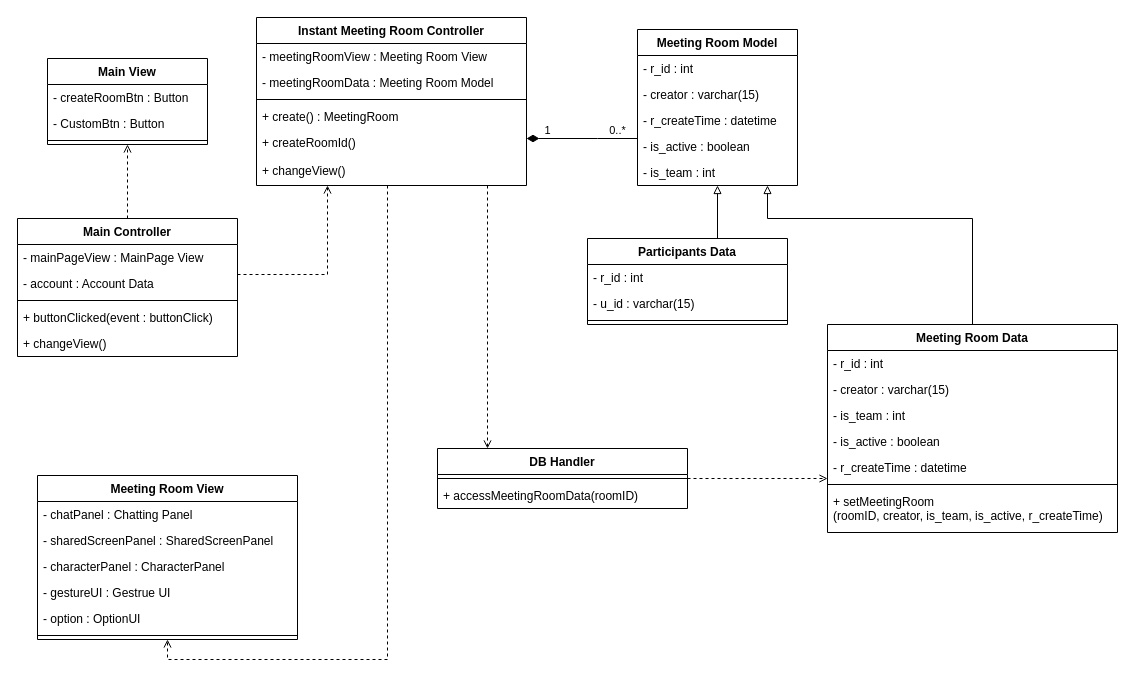
This is CD1.drawio from ONFFLine/Diagram, a draw.io file, before an edit. Source tidied: cells renumbered, new cells numbered last; positions are measured from the earlier drawing's top-left corner, leaving out a move shared by most shapes. Both pictures are drawn from the tidied source at 100%, with x=0, y=0 at pixel (17, 17).
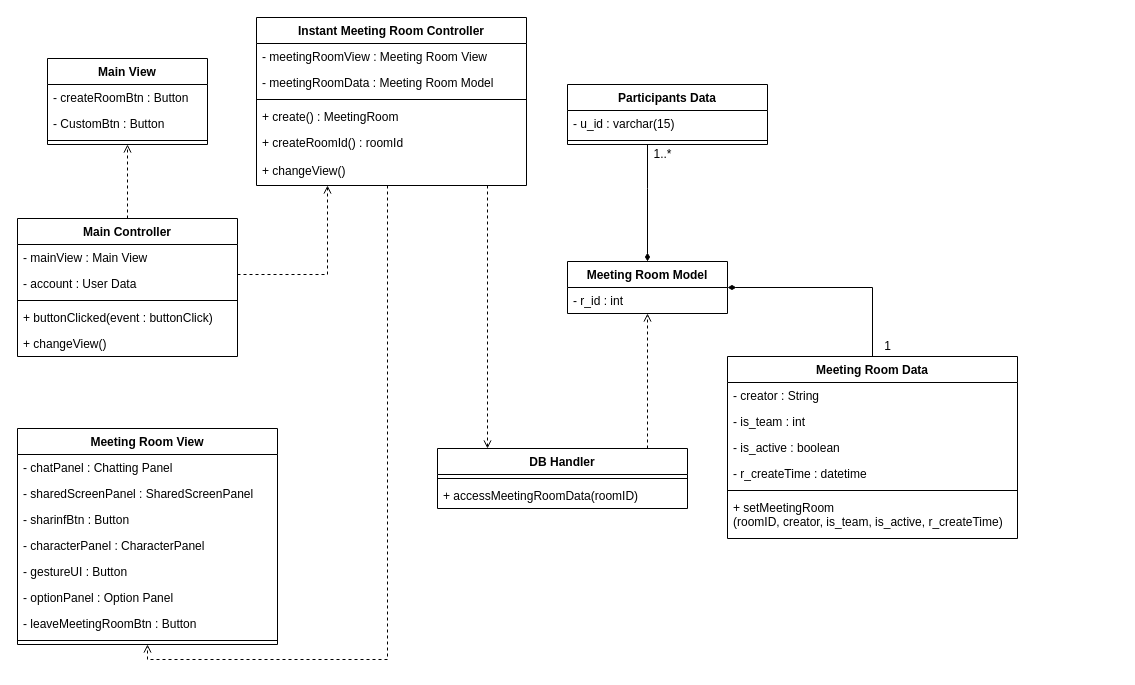
The same diagram, later.

Unchanged cells that the change refers to:
```xml
<mxCell id="4" value="Instant Meeting Room Controller" style="swimlane;fontStyle=1;align=center;verticalAlign=top;horizontal=1;startSize=26;" parent="1" vertex="1">
  <mxGeometry x="239" width="270" height="168" as="geometry" />
</mxCell>
<mxCell id="13" value="Main Controller" style="swimlane;fontStyle=1;align=center;verticalAlign=top;horizontal=1;startSize=26;" parent="1" vertex="1">
  <mxGeometry y="201" width="220" height="138" as="geometry" />
</mxCell>
<mxCell id="30" value="DB Handler" style="swimlane;fontStyle=1;align=center;verticalAlign=top;horizontal=1;startSize=26;" parent="1" vertex="1">
  <mxGeometry x="420" y="431" width="250" height="60" as="geometry" />
</mxCell>
```

What changed in the source:
```diff
@@
-    <mxCell id="3" style="edgeStyle=orthogonalEdgeStyle;rounded=0;jettySize=auto;html=1;entryX=0.5;entryY=1;entryDx=0;entryDy=0;dashed=1;endArrow=open;endFill=0;" parent="1" edge="1" source="4" target="23">
+    <mxCell id="3" style="edgeStyle=orthogonalEdgeStyle;rounded=0;jettySize=auto;html=1;dashed=1;endArrow=open;endFill=0;" parent="1" edge="1" source="4" target="23">
       <mxGeometry relative="1" as="geometry">
         <Array as="points">
           <mxPoint x="370" y="642" />
-          <mxPoint x="150" y="642" />
+          <mxPoint x="130" y="642" />
         </Array>
       </mxGeometry>
     </mxCell>
@@
-    <mxCell id="9" value="+ createRoomId()" style="text;strokeColor=none;fillColor=none;align=left;verticalAlign=top;spacingLeft=4;spacingRight=4;overflow=hidden;" parent="4" vertex="1">
+    <mxCell id="9" value="+ createRoomId() : roomId" style="text;strokeColor=none;fillColor=none;align=left;verticalAlign=top;spacingLeft=4;spacingRight=4;overflow=hidden;" parent="4" vertex="1">
       <mxGeometry y="112" width="270" height="28" as="geometry" />
     </mxCell>
@@
-    <mxCell id="14" value="- mainPageView : MainPage View" style="text;strokeColor=none;fillColor=none;align=left;verticalAlign=top;spacingLeft=4;spacingRight=4;overflow=hidden;" parent="13" vertex="1">
+    <mxCell id="14" value="- mainView : Main View" style="text;strokeColor=none;fillColor=none;align=left;verticalAlign=top;spacingLeft=4;spacingRight=4;overflow=hidden;" parent="13" vertex="1">
       <mxGeometry y="26" width="220" height="26" as="geometry" />
     </mxCell>
-    <mxCell id="15" value="- account : Account Data" style="text;strokeColor=none;fillColor=none;align=left;verticalAlign=top;spacingLeft=4;spacingRight=4;overflow=hidden;" parent="13" vertex="1">
+    <mxCell id="15" value="- account : User Data" style="text;strokeColor=none;fillColor=none;align=left;verticalAlign=top;spacingLeft=4;spacingRight=4;overflow=hidden;" parent="13" vertex="1">
       <mxGeometry y="52" width="220" height="26" as="geometry" />
     </mxCell>
@@
     <mxCell id="23" value="Meeting Room View" style="swimlane;fontStyle=1;align=center;verticalAlign=top;horizontal=1;startSize=26;" parent="1" vertex="1">
-      <mxGeometry x="20" y="458" width="260" height="164" as="geometry" />
+      <mxGeometry y="411" width="260" height="216" as="geometry" />
     </mxCell>
@@
+    <mxCell id="57" value="- sharinfBtn : Button" style="text;strokeColor=none;fillColor=none;align=left;verticalAlign=top;spacingLeft=4;spacingRight=4;overflow=hidden;" parent="23" vertex="1">
+      <mxGeometry y="78" width="260" height="26" as="geometry" />
+    </mxCell>
     <mxCell id="26" value="- characterPanel : CharacterPanel" style="text;strokeColor=none;fillColor=none;align=left;verticalAlign=top;spacingLeft=4;spacingRight=4;overflow=hidden;" parent="23" vertex="1">
-      <mxGeometry y="78" width="260" height="26" as="geometry" />
+      <mxGeometry y="104" width="260" height="26" as="geometry" />
     </mxCell>
-    <mxCell id="27" value="- gestureUI : Gestrue UI" style="text;strokeColor=none;fillColor=none;align=left;verticalAlign=top;spacingLeft=4;spacingRight=4;overflow=hidden;" parent="23" vertex="1">
-      <mxGeometry y="104" width="260" height="26" as="geometry" />
+    <mxCell id="27" value="- gestureUI : Button" style="text;strokeColor=none;fillColor=none;align=left;verticalAlign=top;spacingLeft=4;spacingRight=4;overflow=hidden;" parent="23" vertex="1">
+      <mxGeometry y="130" width="260" height="26" as="geometry" />
     </mxCell>
-    <mxCell id="28" value="- option : OptionUI" style="text;strokeColor=none;fillColor=none;align=left;verticalAlign=top;spacingLeft=4;spacingRight=4;overflow=hidden;" parent="23" vertex="1">
-      <mxGeometry y="130" width="260" height="26" as="geometry" />
+    <mxCell id="28" value="- optionPanel : Option Panel" style="text;strokeColor=none;fillColor=none;align=left;verticalAlign=top;spacingLeft=4;spacingRight=4;overflow=hidden;" parent="23" vertex="1">
+      <mxGeometry y="156" width="260" height="26" as="geometry" />
     </mxCell>
+    <mxCell id="58" value="- leaveMeetingRoomBtn : Button" style="text;strokeColor=none;fillColor=none;align=left;verticalAlign=top;spacingLeft=4;spacingRight=4;overflow=hidden;" parent="23" vertex="1">
+      <mxGeometry y="182" width="260" height="26" as="geometry" />
+    </mxCell>
     <mxCell id="29" style="line;strokeWidth=1;fillColor=none;align=left;verticalAlign=middle;spacingTop=-1;spacingLeft=3;spacingRight=3;labelPosition=right;" parent="23" vertex="1">
-      <mxGeometry y="156" width="260" height="8" as="geometry" />
+      <mxGeometry y="208" width="260" height="8" as="geometry" />
     </mxCell>
@@
-    <mxCell id="33" style="edgeStyle=orthogonalEdgeStyle;rounded=0;jettySize=auto;html=1;endArrow=diamondThin;endFill=1;startSize=6;endSize=10;" parent="1" edge="1" source="36" target="4">
-      <mxGeometry relative="1" as="geometry">
-        <Array as="points">
-          <mxPoint x="580" y="121" />
-          <mxPoint x="580" y="121" />
-        </Array>
-      </mxGeometry>
-    </mxCell>
-    <mxCell id="34" value="0..*" style="edgeLabel;html=1;align=center;verticalAlign=middle;" parent="33" vertex="1">
-      <mxGeometry x="-0.58" y="-4" relative="1" as="geometry">
-        <mxPoint x="2" y="-5" as="offset" />
-      </mxGeometry>
-    </mxCell>
-    <mxCell id="35" value="1" style="edgeLabel;html=1;align=center;verticalAlign=middle;" parent="33" vertex="1">
-      <mxGeometry x="0.64" y="-2" relative="1" as="geometry">
-        <mxPoint y="-7" as="offset" />
-      </mxGeometry>
-    </mxCell>
     <mxCell id="36" value="Meeting Room Model" style="swimlane;fontStyle=1;align=center;verticalAlign=top;horizontal=1;startSize=26;" parent="1" vertex="1">
-      <mxGeometry x="620" y="12" width="160" height="156" as="geometry" />
+      <mxGeometry x="550" y="244" width="160" height="52" as="geometry" />
     </mxCell>
@@
-    <mxCell id="38" value="- creator : varchar(15)" style="text;strokeColor=none;fillColor=none;align=left;verticalAlign=top;spacingLeft=4;spacingRight=4;overflow=hidden;" parent="36" vertex="1">
-      <mxGeometry y="52" width="160" height="26" as="geometry" />
-    </mxCell>
-    <mxCell id="39" value="- r_createTime : datetime" style="text;strokeColor=none;fillColor=none;align=left;verticalAlign=top;spacingLeft=4;spacingRight=4;overflow=hidden;" parent="36" vertex="1">
-      <mxGeometry y="78" width="160" height="26" as="geometry" />
-    </mxCell>
-    <mxCell id="40" value="- is_active : boolean" style="text;strokeColor=none;fillColor=none;align=left;verticalAlign=top;spacingLeft=4;spacingRight=4;overflow=hidden;" parent="36" vertex="1">
-      <mxGeometry y="104" width="160" height="26" as="geometry" />
-    </mxCell>
-    <mxCell id="41" value="- is_team : int" style="text;strokeColor=none;fillColor=none;align=left;verticalAlign=top;spacingLeft=4;spacingRight=4;overflow=hidden;" parent="36" vertex="1">
-      <mxGeometry y="130" width="160" height="26" as="geometry" />
-    </mxCell>
-    <mxCell id="42" style="edgeStyle=orthogonalEdgeStyle;rounded=0;jettySize=auto;html=1;entryX=0.5;entryY=1;entryDx=0;entryDy=0;endArrow=block;endFill=0;startSize=6;endSize=6;strokeWidth=1;" parent="1" edge="1" source="43" target="36">
+    <mxCell id="42" style="edgeStyle=orthogonalEdgeStyle;rounded=0;jettySize=auto;html=1;endArrow=diamondThin;endFill=1;startSize=6;endSize=6;strokeWidth=1;" parent="1" edge="1" source="43" target="36">
       <mxGeometry relative="1" as="geometry">
         <Array as="points">
-          <mxPoint x="690" y="281" />
-          <mxPoint x="690" y="281" />
+          <mxPoint x="630" y="171" />
+          <mxPoint x="630" y="171" />
         </Array>
       </mxGeometry>
     </mxCell>
     <mxCell id="43" value="Participants Data" style="swimlane;fontStyle=1;align=center;verticalAlign=top;horizontal=1;startSize=26;" parent="1" vertex="1">
-      <mxGeometry x="570" y="221" width="200" height="86" as="geometry" />
+      <mxGeometry x="550" y="67" width="200" height="60" as="geometry" />
     </mxCell>
-    <mxCell id="44" value="- r_id : int" style="text;strokeColor=none;fillColor=none;align=left;verticalAlign=top;spacingLeft=4;spacingRight=4;overflow=hidden;" parent="43" vertex="1">
-      <mxGeometry y="26" width="200" height="26" as="geometry" />
-    </mxCell>
     <mxCell id="45" value="- u_id : varchar(15)" style="text;strokeColor=none;fillColor=none;align=left;verticalAlign=top;spacingLeft=4;spacingRight=4;overflow=hidden;" parent="43" vertex="1">
-      <mxGeometry y="52" width="200" height="26" as="geometry" />
+      <mxGeometry y="26" width="200" height="26" as="geometry" />
     </mxCell>
     <mxCell id="46" style="line;strokeWidth=1;fillColor=none;align=left;verticalAlign=middle;spacingTop=-1;spacingLeft=3;spacingRight=3;labelPosition=right;" parent="43" vertex="1">
-      <mxGeometry y="78" width="200" height="8" as="geometry" />
+      <mxGeometry y="52" width="200" height="8" as="geometry" />
     </mxCell>
-    <mxCell id="47" style="edgeStyle=orthogonalEdgeStyle;rounded=0;jettySize=auto;html=1;endArrow=block;endFill=0;startSize=6;endSize=6;strokeWidth=1;exitX=0.5;exitY=0;exitDx=0;exitDy=0;" parent="1" edge="1" source="48" target="36">
+    <mxCell id="47" style="edgeStyle=orthogonalEdgeStyle;rounded=0;jettySize=auto;html=1;endArrow=diamondThin;endFill=1;startSize=6;endSize=6;strokeWidth=1;exitX=0.5;exitY=0;exitDx=0;exitDy=0;" parent="1" edge="1" source="48" target="36">
       <mxGeometry relative="1" as="geometry">
         <Array as="points">
-          <mxPoint x="955" y="201" />
-          <mxPoint x="750" y="201" />
+          <mxPoint x="855" y="270" />
         </Array>
       </mxGeometry>
     </mxCell>
     <mxCell id="48" value="Meeting Room Data" style="swimlane;fontStyle=1;align=center;verticalAlign=top;horizontal=1;startSize=26;" parent="1" vertex="1">
-      <mxGeometry x="810" y="307" width="290" height="208" as="geometry" />
+      <mxGeometry x="710" y="339" width="290" height="182" as="geometry" />
     </mxCell>
-    <mxCell id="49" value="- r_id : int" style="text;strokeColor=none;fillColor=none;align=left;verticalAlign=top;spacingLeft=4;spacingRight=4;overflow=hidden;" parent="48" vertex="1">
-      <mxGeometry y="26" width="290" height="26" as="geometry" />
-    </mxCell>
-    <mxCell id="50" value="- creator : varchar(15)" style="text;strokeColor=none;fillColor=none;align=left;verticalAlign=top;spacingLeft=4;spacingRight=4;overflow=hidden;" parent="48" vertex="1">
-      <mxGeometry y="52" width="290" height="26" as="geometry" />
+    <mxCell id="50" value="- creator : String" style="text;strokeColor=none;fillColor=none;align=left;verticalAlign=top;spacingLeft=4;spacingRight=4;overflow=hidden;" parent="48" vertex="1">
+      <mxGeometry y="26" width="290" height="26" as="geometry" />
     </mxCell>
     <mxCell id="51" value="- is_team : int" style="text;strokeColor=none;fillColor=none;align=left;verticalAlign=top;spacingLeft=4;spacingRight=4;overflow=hidden;" parent="48" vertex="1">
-      <mxGeometry y="78" width="290" height="26" as="geometry" />
+      <mxGeometry y="52" width="290" height="26" as="geometry" />
     </mxCell>
     <mxCell id="52" value="- is_active : boolean" style="text;strokeColor=none;fillColor=none;align=left;verticalAlign=top;spacingLeft=4;spacingRight=4;overflow=hidden;" parent="48" vertex="1">
-      <mxGeometry y="104" width="290" height="26" as="geometry" />
+      <mxGeometry y="78" width="290" height="26" as="geometry" />
     </mxCell>
     <mxCell id="53" value="- r_createTime : datetime" style="text;strokeColor=none;fillColor=none;align=left;verticalAlign=top;spacingLeft=4;spacingRight=4;overflow=hidden;" parent="48" vertex="1">
-      <mxGeometry y="130" width="290" height="26" as="geometry" />
+      <mxGeometry y="104" width="290" height="26" as="geometry" />
     </mxCell>
     <mxCell id="54" style="line;strokeWidth=1;fillColor=none;align=left;verticalAlign=middle;spacingTop=-1;spacingLeft=3;spacingRight=3;labelPosition=right;" parent="48" vertex="1">
-      <mxGeometry y="156" width="290" height="8" as="geometry" />
+      <mxGeometry y="130" width="290" height="8" as="geometry" />
     </mxCell>
     <mxCell id="55" value="+ setMeetingRoom&#10;(roomID, creator, is_team, is_active, r_createTime)" style="text;strokeColor=none;fillColor=none;align=left;verticalAlign=top;spacingLeft=4;spacingRight=4;overflow=hidden;" parent="48" vertex="1">
-      <mxGeometry y="164" width="290" height="44" as="geometry" />
+      <mxGeometry y="138" width="290" height="44" as="geometry" />
     </mxCell>
-    <mxCell id="56" style="edgeStyle=orthogonalEdgeStyle;rounded=0;jettySize=auto;html=1;dashed=1;endArrow=open;endFill=0;" parent="1" edge="1" target="48">
+    <mxCell id="56" style="edgeStyle=orthogonalEdgeStyle;rounded=0;jettySize=auto;html=1;dashed=1;endArrow=open;endFill=0;" parent="1" edge="1" source="30" target="36">
       <mxGeometry relative="1" as="geometry">
-        <mxPoint x="670" y="461" as="sourcePoint" />
         <Array as="points">
-          <mxPoint x="670" y="461" />
+          <mxPoint x="630" y="361" />
+          <mxPoint x="630" y="361" />
         </Array>
       </mxGeometry>
     </mxCell>
+    <mxCell id="59" value="1..*" style="text;html=1;align=center;verticalAlign=middle;strokeColor=none;" parent="1" vertex="1">
+      <mxGeometry x="630" y="127" width="30" height="20" as="geometry" />
+    </mxCell>
+    <mxCell id="35" value="1" style="text;html=1;align=center;verticalAlign=middle;strokeColor=none;" parent="1" vertex="1">
+      <mxGeometry x="860" y="319" width="20" height="20" as="geometry" />
+    </mxCell>
```
